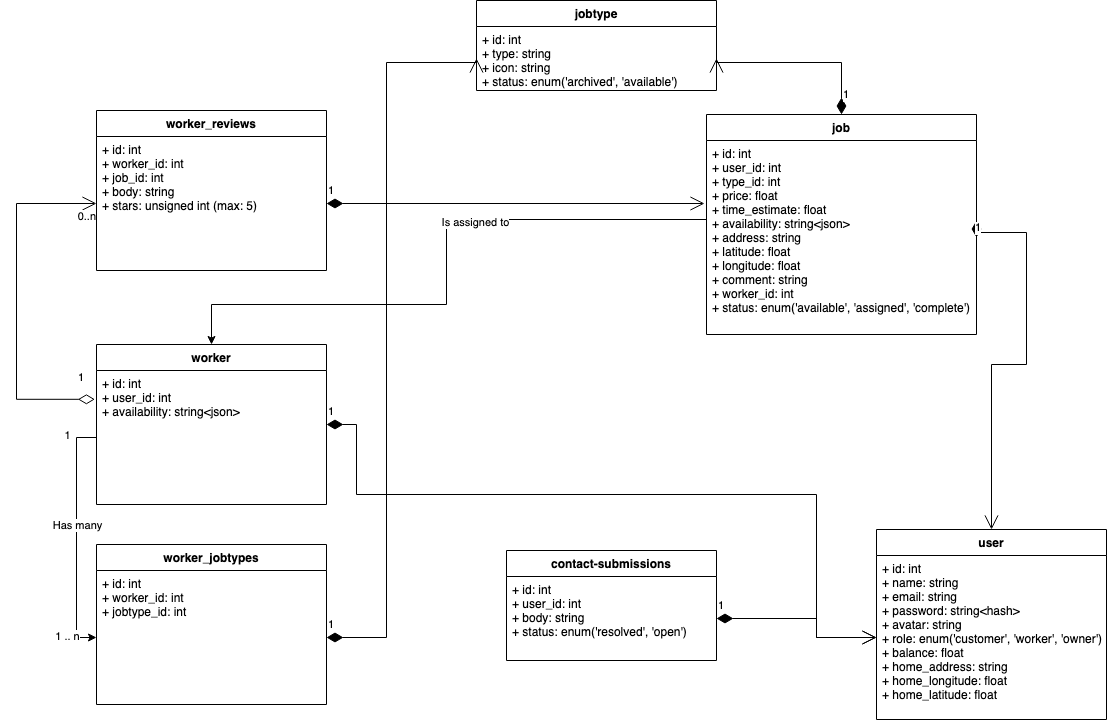
Above: docs/Images/database-uml-class-diagram.png in Simponic/JobFindr (draw.io), before the change. Source tidied: cells renumbered, new cells last; positions are measured from the earlier drawing's top-left corner, leaving out a move shared by most shapes.
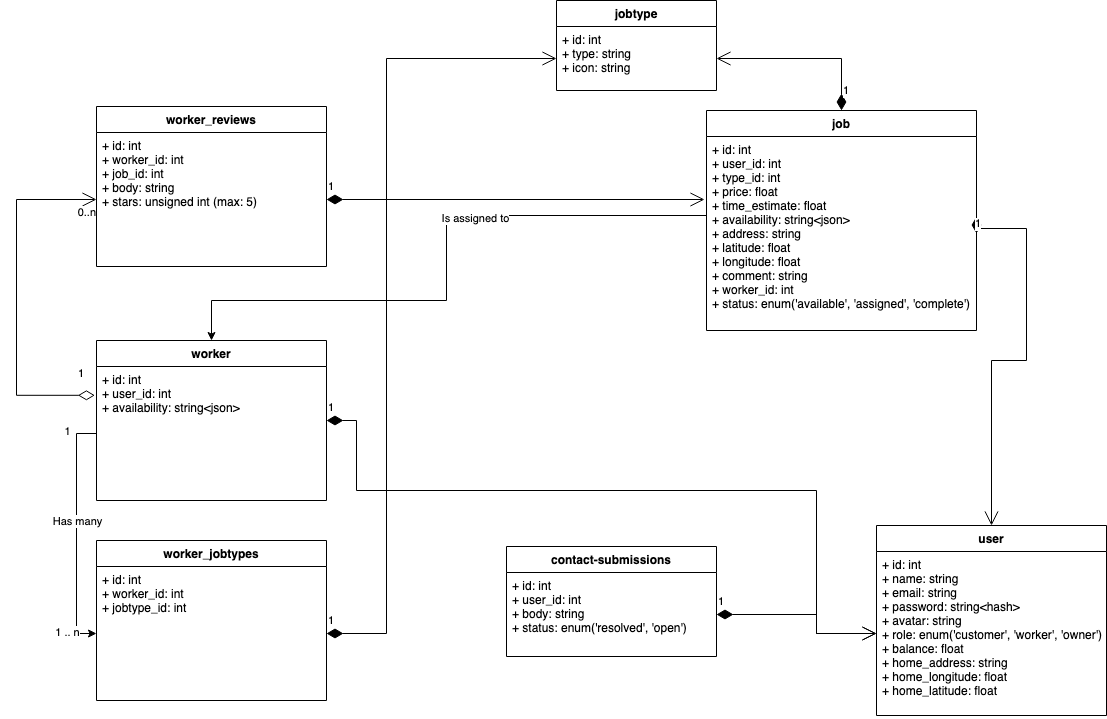
The same file after the commit.

Commit message:
Add phone number to UML

Diff of the diagram source:
```diff
@@ -3,10 +3,10 @@
     <mxCell id="0" />
     <mxCell id="1" parent="0" />
     <mxCell id="2" value="jobtype" style="swimlane;fontStyle=1;align=center;verticalAlign=top;horizontal=1;startSize=26;" parent="1" vertex="1">
-      <mxGeometry x="460" width="240" height="90" as="geometry" />
+      <mxGeometry x="540" y="4" width="160" height="90" as="geometry" />
     </mxCell>
-    <mxCell id="3" value="+ id: int&#10;+ type: string&#10;+ icon: string&#10;+ status: enum('archived', 'available')&#10;&#10;" style="text;strokeColor=none;fillColor=none;align=left;verticalAlign=top;spacingLeft=4;spacingRight=4;overflow=hidden;points=[[0,0.5],[1,0.5]];portConstraint=eastwest;" parent="2" vertex="1">
-      <mxGeometry y="26" width="240" height="64" as="geometry" />
+    <mxCell id="3" value="+ id: int&#10;+ type: string&#10;+ icon: string&#10;" style="text;strokeColor=none;fillColor=none;align=left;verticalAlign=top;spacingLeft=4;spacingRight=4;overflow=hidden;points=[[0,0.5],[1,0.5]];portConstraint=eastwest;" parent="2" vertex="1">
+      <mxGeometry y="26" width="160" height="64" as="geometry" />
     </mxCell>
     <mxCell id="4" value="user" style="swimlane;fontStyle=1;align=center;verticalAlign=top;horizontal=1;startSize=26;" parent="1" vertex="1">
       <mxGeometry x="860" y="529" width="230" height="190" as="geometry" />
```
